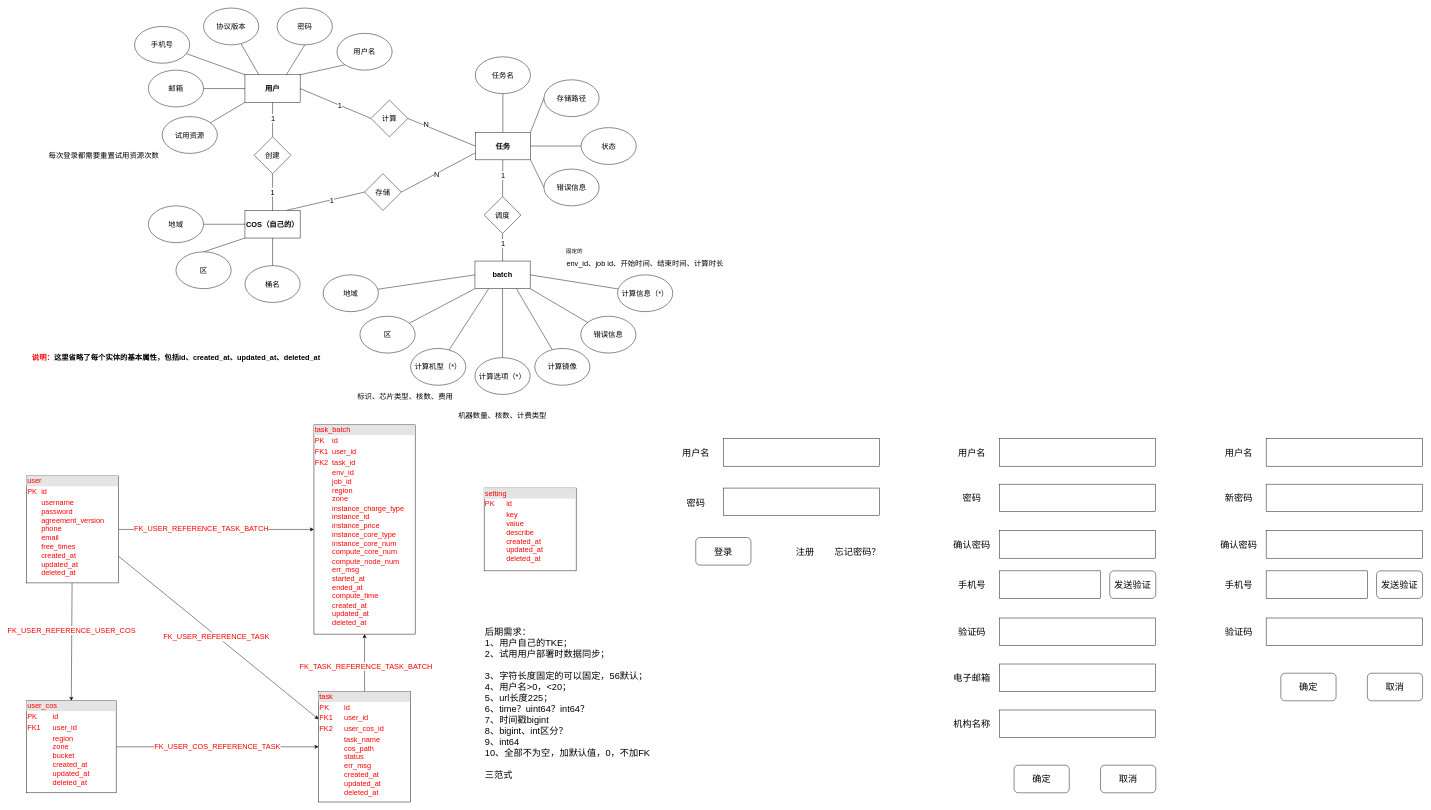
The draw.io diagram page "数据库设计" (2 of 3) of draft/mutfold/Untitled Diagram.drawio in mattshhuang/draw-io, before the edit. Source tidied: cells renumbered, new cells numbered last; positions are measured from the earlier drawing's top-left corner, leaving out a move shared by most shapes. Both pictures are drawn from the tidied source at 46%, with x=0, y=0 at pixel (26, 8).
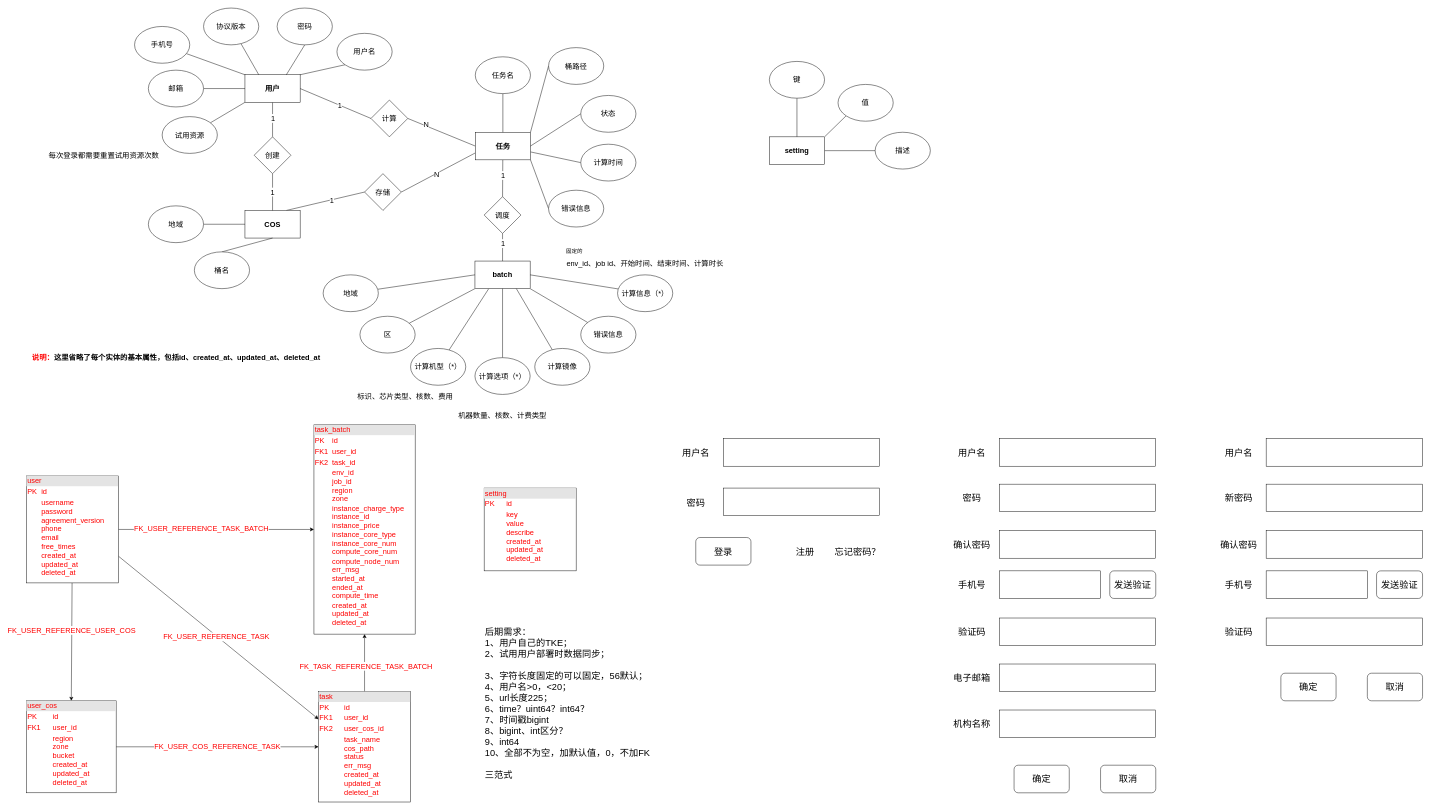
The same page after the edit.

Unchanged cells that the change refers to:
```xml
<mxCell id="11" value="&lt;font style=&quot;font-size: 16px&quot;&gt;&lt;b&gt;任务&lt;/b&gt;&lt;/font&gt;" style="rounded=0;whiteSpace=wrap;html=1;" parent="1" vertex="1">
  <mxGeometry x="975.7" y="270" width="120" height="60" as="geometry" />
</mxCell>
```

Change to the diagram source:
```diff
@@
+    <mxCell id="122" style="edgeStyle=none;rounded=0;jettySize=auto;html=1;entryX=0;entryY=0.5;entryDx=0;entryDy=0;endArrow=none;endFill=0;" parent="1" edge="1" source="11" target="130">
+      <mxGeometry relative="1" as="geometry" />
+    </mxCell>
@@
-    <mxCell id="14" value="&lt;font style=&quot;font-size: 16px&quot;&gt;&lt;b&gt;COS（自己的）&lt;/b&gt;&lt;/font&gt;" style="rounded=0;whiteSpace=wrap;html=1;" parent="1" vertex="1">
+    <mxCell id="14" value="&lt;font style=&quot;font-size: 16px&quot;&gt;&lt;b&gt;COS&lt;/b&gt;&lt;/font&gt;" style="rounded=0;whiteSpace=wrap;html=1;" parent="1" vertex="1">
       <mxGeometry x="475" y="440" width="120" height="60" as="geometry" />
     </mxCell>
@@
-    <mxCell id="31" style="edgeStyle=none;rounded=0;jettySize=auto;html=1;exitX=0.5;exitY=0;exitDx=0;exitDy=0;entryX=0;entryY=1;entryDx=0;entryDy=0;fontSize=16;endArrow=none;endFill=0;" parent="1" edge="1" source="32" target="14">
-      <mxGeometry relative="1" as="geometry" />
-    </mxCell>
-    <mxCell id="32" value="区" style="ellipse;whiteSpace=wrap;html=1;fontSize=16;" parent="1" vertex="1">
-      <mxGeometry x="325" y="530" width="120" height="80" as="geometry" />
-    </mxCell>
@@
     <mxCell id="34" value="桶名" style="ellipse;whiteSpace=wrap;html=1;fontSize=16;" parent="1" vertex="1">
-      <mxGeometry x="475" y="560" width="120" height="80" as="geometry" />
+      <mxGeometry x="365" y="530" width="120" height="80" as="geometry" />
     </mxCell>
@@
-    <mxCell id="41" value="存储路径" style="ellipse;whiteSpace=wrap;html=1;fontSize=16;" parent="1" vertex="1">
-      <mxGeometry x="1125" y="156" width="120" height="80" as="geometry" />
+    <mxCell id="41" value="桶路径" style="ellipse;whiteSpace=wrap;html=1;fontSize=16;" parent="1" vertex="1">
+      <mxGeometry x="1135" y="86" width="120" height="80" as="geometry" />
     </mxCell>
@@
     <mxCell id="43" value="状态" style="ellipse;whiteSpace=wrap;html=1;fontSize=16;" parent="1" vertex="1">
-      <mxGeometry x="1205.7" y="260" width="120" height="80" as="geometry" />
+      <mxGeometry x="1205" y="190" width="120" height="80" as="geometry" />
     </mxCell>
@@
     <mxCell id="45" value="错误信息" style="ellipse;whiteSpace=wrap;html=1;fontSize=16;" parent="1" vertex="1">
-      <mxGeometry x="1125" y="350" width="120" height="80" as="geometry" />
+      <mxGeometry x="1135" y="396" width="120" height="80" as="geometry" />
     </mxCell>
@@
+    <mxCell id="123" style="edgeStyle=orthogonalEdgeStyle;rounded=0;jettySize=auto;html=1;entryX=0.5;entryY=1;entryDx=0;entryDy=0;endArrow=none;endFill=0;" parent="1" edge="1" source="126" target="127">
+      <mxGeometry relative="1" as="geometry" />
+    </mxCell>
+    <mxCell id="124" style="edgeStyle=orthogonalEdgeStyle;rounded=0;jettySize=auto;html=1;entryX=0;entryY=0.5;entryDx=0;entryDy=0;endArrow=none;endFill=0;" parent="1" edge="1" source="126" target="129">
+      <mxGeometry relative="1" as="geometry" />
+    </mxCell>
+    <mxCell id="125" style="rounded=0;jettySize=auto;html=1;exitX=1;exitY=0;exitDx=0;exitDy=0;entryX=0;entryY=1;entryDx=0;entryDy=0;endArrow=none;endFill=0;" parent="1" edge="1" source="126" target="128">
+      <mxGeometry relative="1" as="geometry" />
+    </mxCell>
+    <mxCell id="126" value="&lt;font style=&quot;font-size: 16px&quot;&gt;&lt;b&gt;setting&lt;/b&gt;&lt;/font&gt;" style="rounded=0;whiteSpace=wrap;html=1;" parent="1" vertex="1">
+      <mxGeometry x="1615" y="280" width="120" height="60" as="geometry" />
+    </mxCell>
+    <mxCell id="127" value="键" style="ellipse;whiteSpace=wrap;html=1;fontSize=16;" parent="1" vertex="1">
+      <mxGeometry x="1615" y="116" width="120" height="80" as="geometry" />
+    </mxCell>
+    <mxCell id="128" value="值" style="ellipse;whiteSpace=wrap;html=1;fontSize=16;" parent="1" vertex="1">
+      <mxGeometry x="1764.3" y="166" width="120" height="80" as="geometry" />
+    </mxCell>
+    <mxCell id="129" value="描述" style="ellipse;whiteSpace=wrap;html=1;fontSize=16;" parent="1" vertex="1">
+      <mxGeometry x="1845" y="270" width="120" height="80" as="geometry" />
+    </mxCell>
+    <mxCell id="130" value="计算时间" style="ellipse;whiteSpace=wrap;html=1;fontSize=16;" parent="1" vertex="1">
+      <mxGeometry x="1205" y="296" width="120" height="80" as="geometry" />
+    </mxCell>
```
